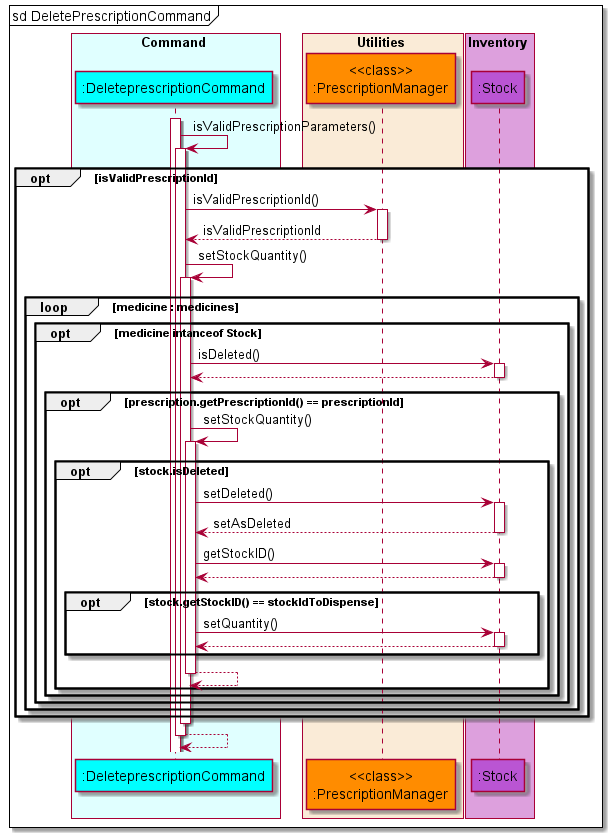
nus-cs2113-AY2122S1/tp keeps this PlantUML diagram as docs/diagrams/diagram_images/DeletePrescriptionSequenceDiagram.png. Above is the earlier version.
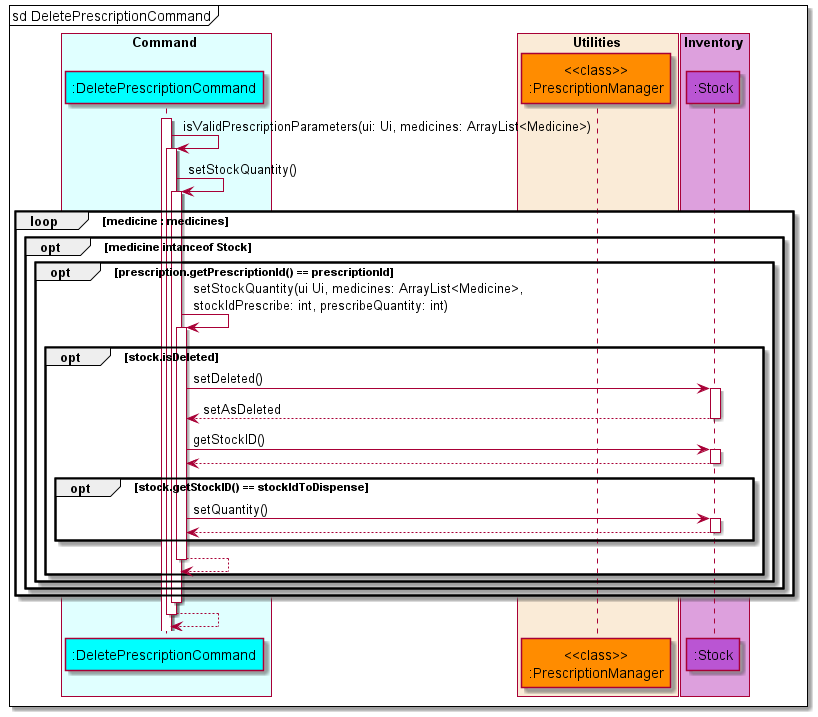
After the change.

Change to the diagram source:
```diff
@@ -3,7 +3,7 @@
 !include style.puml
 
 box Command COLOR_COMMAND_BOX
-    participant ":DeleteprescriptionCommand" as deleteprescription COLOR_COMMAND
+    participant ":DeletePrescriptionCommand" as deleteprescription COLOR_COMMAND
 end box
 
 box Utilities COLOR_UTILITIES_BOX
@@ -18,18 +18,15 @@
 mainframe sd DeletePrescriptionCommand
 activate deleteprescription
 
-deleteprescription -> deleteprescription : isValidPrescriptionParameters()
-    opt isValidPrescriptionId
-    deleteprescription -> prescriptionManager : isValidPrescriptionId()
-    deleteprescription <-- prescriptionManager : isValidPrescriptionId
+deleteprescription -> deleteprescription : isValidPrescriptionParameters(ui: Ui, medicines: ArrayList<Medicine>)
+
     deleteprescription -> deleteprescription : setStockQuantity()
         loop medicine : medicines
 
             opt medicine intanceof Stock
-                deleteprescription -> stock : isDeleted()
-                deleteprescription <-- stock :
+
                 opt prescription.getPrescriptionId() == prescriptionId
-                deleteprescription -> deleteprescription : setStockQuantity()
+                deleteprescription -> deleteprescription : setStockQuantity(ui Ui, medicines: ArrayList<Medicine>, \nstockIdPrescribe: int, prescribeQuantity: int)
                 opt stock.isDeleted
                     deleteprescription -> stock : setDeleted()
                     deleteprescription <-- stock : setAsDeleted
@@ -46,7 +43,7 @@
             end
         end
     end
-    end
+
 deactivate deleteprescription
 deleteprescription --> deleteprescription :
 
```
